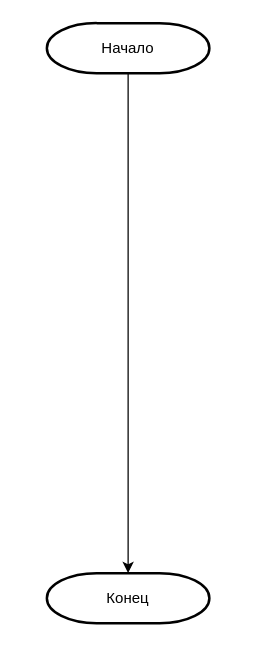
The draw.io diagram Algorithm_OPZ/(2. ЧП) Алгоритм Список должностей.drawio in SmirnovBogdan8/Diplom, before the edit. Source tidied: cells renumbered, new cells numbered last; positions are measured from the earlier drawing's top-left corner, leaving out a move shared by most shapes. Both pictures are drawn from the tidied source at 125%, with x=0, y=0 at pixel (46, 22).
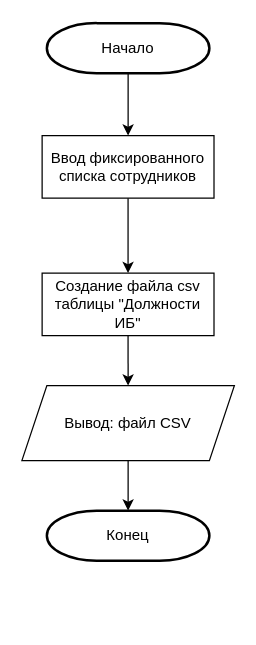
The same diagram, later.

Change to the diagram source:
```diff
@@
 <mxGraphModel>
   <root>
     <mxCell id="0" />
     <mxCell id="1" parent="0" />
-    <mxCell id="2" style="edgeStyle=orthogonalEdgeStyle;rounded=0;jettySize=auto;html=1;exitX=0.5;exitY=1;exitDx=0;exitDy=0;exitPerimeter=0;" parent="1" edge="1" source="3" target="4">
-      <mxGeometry relative="1" as="geometry" />
-    </mxCell>
+    <mxCell id="5" style="edgeStyle=orthogonalEdgeStyle;rounded=0;jettySize=auto;html=1;" parent="1" edge="1" source="3" target="11">
+      <mxGeometry relative="1" as="geometry" />
+    </mxCell>
     <mxCell id="3" value="Начало" style="strokeWidth=2;html=1;shape=mxgraph.flowchart.terminator;whiteSpace=wrap;" parent="1" vertex="1">
       <mxGeometry width="130" height="40" as="geometry" />
     </mxCell>
     <mxCell id="4" value="Конец" style="strokeWidth=2;html=1;shape=mxgraph.flowchart.terminator;whiteSpace=wrap;" parent="1" vertex="1">
-      <mxGeometry y="440" width="130" height="40" as="geometry" />
+      <mxGeometry y="390" width="130" height="40" as="geometry" />
     </mxCell>
+    <mxCell id="6" style="edgeStyle=orthogonalEdgeStyle;rounded=0;jettySize=auto;html=1;exitX=0.5;exitY=1;exitDx=0;exitDy=0;entryX=0.5;entryY=0;entryDx=0;entryDy=0;" parent="1" edge="1" source="7" target="9">
+      <mxGeometry relative="1" as="geometry" />
+    </mxCell>
+    <mxCell id="7" value="Создание файла csv таблицы &quot;Должности ИБ&quot;" style="rounded=0;whiteSpace=wrap;html=1;" parent="1" vertex="1">
+      <mxGeometry x="-3.8" y="200" width="137.5" height="50" as="geometry" />
+    </mxCell>
+    <mxCell id="8" style="edgeStyle=orthogonalEdgeStyle;rounded=0;jettySize=auto;html=1;" parent="1" edge="1" source="9" target="4">
+      <mxGeometry relative="1" as="geometry" />
+    </mxCell>
+    <mxCell id="9" value="Вывод: файл CSV" style="shape=parallelogram;perimeter=parallelogramPerimeter;whiteSpace=wrap;html=1;fixedSize=1;" parent="1" vertex="1">
+      <mxGeometry x="-20" y="290" width="170" height="60" as="geometry" />
+    </mxCell>
+    <mxCell id="10" style="edgeStyle=orthogonalEdgeStyle;rounded=0;jettySize=auto;html=1;" parent="1" edge="1" source="11" target="7">
+      <mxGeometry relative="1" as="geometry" />
+    </mxCell>
+    <mxCell id="11" value="Ввод фиксированного списка сотрудников" style="rounded=0;whiteSpace=wrap;html=1;" parent="1" vertex="1">
+      <mxGeometry x="-3.8" y="90" width="137.5" height="50" as="geometry" />
+    </mxCell>
   </root>
 </mxGraphModel>
```
